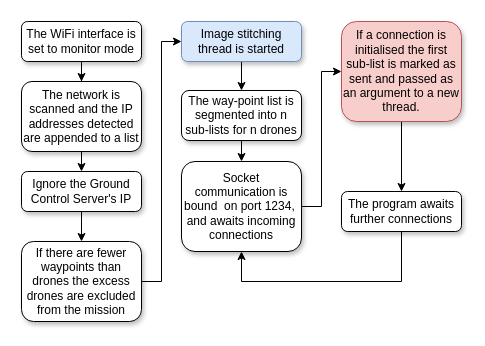
The draw.io diagram distribution_and_threading_flow_diagram.drawio in ot316/Masters-Project-Ground-Control-Server, before the edit. Source tidied: cells renumbered, new cells numbered last; positions are measured from the earlier drawing's top-left corner, leaving out a move shared by most shapes. Both pictures are drawn from the tidied source at 100%, with x=0, y=0 at pixel (21, 21).
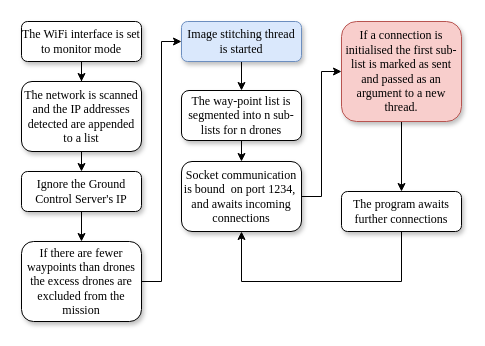
The same page after the edit.

Diff of the diagram source:
```diff
@@
-    <mxCell id="3" value="The WiFi interface is set to monitor mode" style="rounded=1;whiteSpace=wrap;html=1;fontSize=12;glass=0;strokeWidth=1;shadow=1;" parent="1" vertex="1">
+    <mxCell id="3" value="&lt;font face=&quot;Times New Roman&quot;&gt;The WiFi interface is set to monitor mode&lt;/font&gt;" style="rounded=1;whiteSpace=wrap;html=1;fontSize=12;glass=0;strokeWidth=1;shadow=1;" parent="1" vertex="1">
       <mxGeometry width="120" height="40" as="geometry" />
     </mxCell>
@@
-    <mxCell id="5" value="The network is scanned and the IP addresses detected are appended to a list" style="rounded=1;whiteSpace=wrap;html=1;fontSize=12;glass=0;strokeWidth=1;shadow=1;" parent="1" vertex="1">
+    <mxCell id="5" value="&lt;font face=&quot;Times New Roman&quot;&gt;The network is scanned and the IP addresses detected are appended to a list&lt;/font&gt;" style="rounded=1;whiteSpace=wrap;html=1;fontSize=12;glass=0;strokeWidth=1;shadow=1;" parent="1" vertex="1">
       <mxGeometry y="60" width="120" height="70" as="geometry" />
     </mxCell>
@@
-    <mxCell id="7" value="Ignore the Ground Control Server's IP" style="rounded=1;whiteSpace=wrap;html=1;fontSize=12;glass=0;strokeWidth=1;shadow=1;" parent="1" vertex="1">
+    <mxCell id="7" value="&lt;font face=&quot;Times New Roman&quot;&gt;Ignore the Ground Control Server's IP&lt;/font&gt;" style="rounded=1;whiteSpace=wrap;html=1;fontSize=12;glass=0;strokeWidth=1;shadow=1;" parent="1" vertex="1">
       <mxGeometry y="150" width="120" height="40" as="geometry" />
     </mxCell>
@@
-    <mxCell id="9" value="If there are fewer waypoints than drones the excess drones are excluded from the mission" style="rounded=1;whiteSpace=wrap;html=1;fontSize=12;glass=0;strokeWidth=1;shadow=1;" parent="1" vertex="1">
+    <mxCell id="9" value="&lt;font face=&quot;Times New Roman&quot;&gt;If there are fewer waypoints than drones the excess drones are excluded from the mission&lt;/font&gt;" style="rounded=1;whiteSpace=wrap;html=1;fontSize=12;glass=0;strokeWidth=1;shadow=1;" parent="1" vertex="1">
       <mxGeometry y="220" width="120" height="80" as="geometry" />
     </mxCell>
@@
-    <mxCell id="11" value="Image stitching thread is started" style="rounded=1;whiteSpace=wrap;html=1;fontSize=12;glass=0;strokeWidth=1;shadow=1;fillColor=#dae8fc;strokeColor=#6c8ebf;" parent="1" vertex="1">
+    <mxCell id="11" value="&lt;font face=&quot;Times New Roman&quot;&gt;Image stitching thread is started&lt;/font&gt;" style="rounded=1;whiteSpace=wrap;html=1;fontSize=12;glass=0;strokeWidth=1;shadow=1;fillColor=#dae8fc;strokeColor=#6c8ebf;" parent="1" vertex="1">
       <mxGeometry x="160" width="120" height="40" as="geometry" />
     </mxCell>
@@
-    <mxCell id="13" value="The way-point list is segmented into n sub-lists for n drones" style="rounded=1;whiteSpace=wrap;html=1;fontSize=12;glass=0;strokeWidth=1;shadow=1;" parent="1" vertex="1">
+    <mxCell id="13" value="&lt;font face=&quot;Times New Roman&quot;&gt;The way-point list is segmented into n sub-lists for n drones&lt;/font&gt;" style="rounded=1;whiteSpace=wrap;html=1;fontSize=12;glass=0;strokeWidth=1;shadow=1;" parent="1" vertex="1">
       <mxGeometry x="160" y="69" width="120" height="50" as="geometry" />
     </mxCell>
@@
-    <mxCell id="15" value="Socket communication is bound&amp;nbsp; on port 1234,&amp;nbsp; and awaits incoming connections" style="rounded=1;whiteSpace=wrap;html=1;fontSize=12;glass=0;strokeWidth=1;shadow=1;" parent="1" vertex="1">
-      <mxGeometry x="160" y="140" width="120" height="90" as="geometry" />
+    <mxCell id="15" value="&lt;font face=&quot;Times New Roman&quot;&gt;Socket communication is bound&amp;nbsp; on port 1234,&amp;nbsp; and awaits incoming connections&lt;/font&gt;" style="rounded=1;whiteSpace=wrap;html=1;fontSize=12;glass=0;strokeWidth=1;shadow=1;" parent="1" vertex="1">
+      <mxGeometry x="160" y="140" width="120" height="70" as="geometry" />
     </mxCell>
@@
-    <mxCell id="17" value="If a connection is initialised the first sub-list is marked as sent and passed as an argument to a new thread." style="rounded=1;whiteSpace=wrap;html=1;fontSize=12;glass=0;strokeWidth=1;shadow=1;fillColor=#f8cecc;strokeColor=#b85450;" parent="1" vertex="1">
+    <mxCell id="17" value="&lt;font face=&quot;Times New Roman&quot;&gt;If a connection is initialised the first sub-list is marked as sent and passed as an argument to a new thread.&lt;/font&gt;" style="rounded=1;whiteSpace=wrap;html=1;fontSize=12;glass=0;strokeWidth=1;shadow=1;fillColor=#f8cecc;strokeColor=#b85450;" parent="1" vertex="1">
       <mxGeometry x="320" width="120" height="100" as="geometry" />
     </mxCell>
@@
-    <mxCell id="19" value="The program awaits further connections" style="rounded=1;whiteSpace=wrap;html=1;fontSize=12;glass=0;strokeWidth=1;shadow=1;" parent="1" vertex="1">
+    <mxCell id="19" value="&lt;font face=&quot;Times New Roman&quot;&gt;The program awaits further connections&lt;/font&gt;" style="rounded=1;whiteSpace=wrap;html=1;fontSize=12;glass=0;strokeWidth=1;shadow=1;" parent="1" vertex="1">
       <mxGeometry x="320" y="170" width="120" height="40" as="geometry" />
     </mxCell>
```
